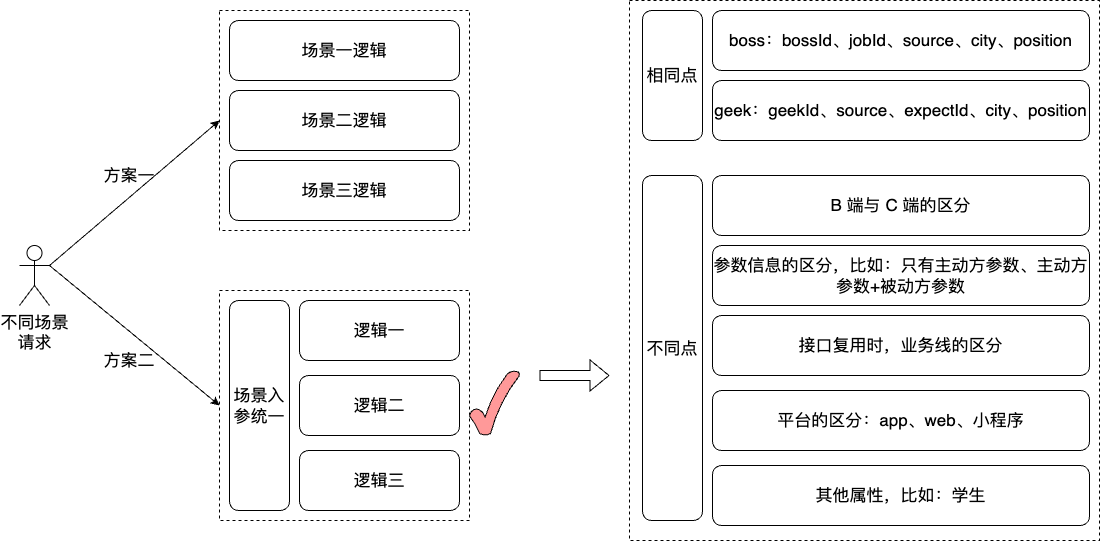
Earlier version of the draw.io export work-draw-file/场景接入的方案.png (liujunao/draw-data). Source tidied: cells renumbered, new cells last; positions are measured from the earlier drawing's top-left corner, leaving out a move shared by most shapes.
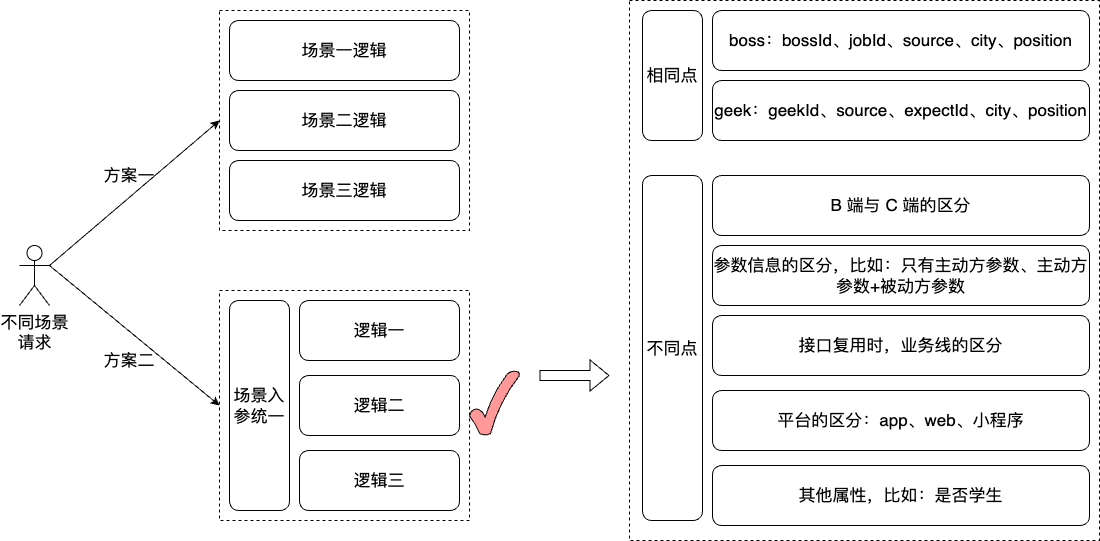
Above is the later version.

Commit message:
更新场景接入的方案.png

Diff of the diagram source:
```diff
@@ -71,7 +71,7 @@
     <mxCell id="24" value="&lt;font size=&quot;3&quot;&gt;参数信息的区分，比如：只有主动方参数、主动方参数+被动方参数&lt;/font&gt;" style="rounded=1;whiteSpace=wrap;html=1;" parent="1" vertex="1">
       <mxGeometry x="693" y="245" width="377" height="60" as="geometry" />
     </mxCell>
-    <mxCell id="25" value="&lt;font size=&quot;3&quot;&gt;其他属性，比如：学生&lt;/font&gt;" style="rounded=1;whiteSpace=wrap;html=1;" parent="1" vertex="1">
+    <mxCell id="25" value="&lt;font size=&quot;3&quot;&gt;其他属性，比如：是否学生&lt;/font&gt;" style="rounded=1;whiteSpace=wrap;html=1;" parent="1" vertex="1">
       <mxGeometry x="693" y="465" width="377" height="60" as="geometry" />
     </mxCell>
     <mxCell id="26" value="&lt;font size=&quot;3&quot;&gt;接口复用时，业务线的区分&lt;/font&gt;" style="rounded=1;whiteSpace=wrap;html=1;" parent="1" vertex="1">
```
